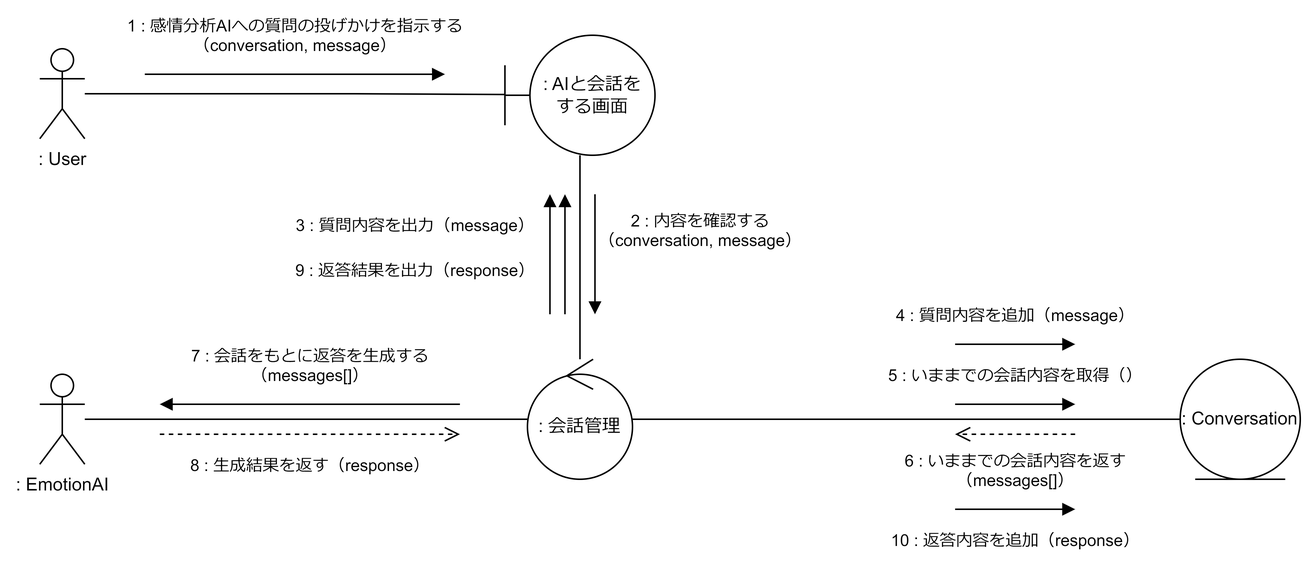
This is spec/figure_communication/export/#010_communication.png from ut42univ/EmoDialog, a draw.io export, as it was before one commit. Source tidied: cells renumbered, new cells last; positions are measured from the earlier drawing's top-left corner, leaving out a move shared by most shapes. The source it was exported from:
```xml
<mxGraphModel background="#ffffff">
  <root>
    <mxCell id="0" />
    <mxCell id="1" parent="0" />
    <mxCell id="2" style="edgeStyle=orthogonalEdgeStyle;html=1;entryX=-0.003;entryY=0.494;entryDx=0;entryDy=0;entryPerimeter=0;rounded=0;endArrow=none;endFill=0;" parent="1" edge="1" source="3" target="5">
      <mxGeometry relative="1" as="geometry">
        <Array as="points">
          <mxPoint x="210" y="39" />
          <mxPoint x="210" y="39" />
        </Array>
      </mxGeometry>
    </mxCell>
    <mxCell id="3" value=": User" style="shape=umlActor;verticalLabelPosition=bottom;verticalAlign=top;html=1;outlineConnect=0;" parent="1" vertex="1">
      <mxGeometry y="9" width="30" height="60" as="geometry" />
    </mxCell>
    <mxCell id="4" style="edgeStyle=orthogonalEdgeStyle;rounded=0;html=1;endArrow=none;endFill=0;" parent="1" edge="1" source="5" target="9">
      <mxGeometry relative="1" as="geometry" />
    </mxCell>
    <mxCell id="5" value=": AIと会話を&lt;br&gt;する画面" style="shape=umlBoundary;whiteSpace=wrap;html=1;" parent="1" vertex="1">
      <mxGeometry x="310" width="100" height="80" as="geometry" />
    </mxCell>
    <mxCell id="6" value="1 : 感情分析AIへの質問の投げかけを指示する&lt;br&gt;（conversation, message）" style="html=1;verticalAlign=bottom;endArrow=block;rounded=0;" parent="1" edge="1">
      <mxGeometry y="10" relative="1" as="geometry">
        <mxPoint x="70" y="26" as="sourcePoint" />
        <mxPoint x="270" y="26" as="targetPoint" />
      </mxGeometry>
    </mxCell>
    <mxCell id="7" style="edgeStyle=none;html=1;entryX=0;entryY=0.5;entryDx=0;entryDy=0;endArrow=none;endFill=0;" parent="1" edge="1" source="9" target="11">
      <mxGeometry relative="1" as="geometry" />
    </mxCell>
    <mxCell id="8" style="edgeStyle=none;html=1;rounded=0;endArrow=none;endFill=0;" parent="1" edge="1" source="9" target="16">
      <mxGeometry relative="1" as="geometry" />
    </mxCell>
    <mxCell id="9" value=": 会話管理" style="ellipse;shape=umlControl;whiteSpace=wrap;html=1;" parent="1" vertex="1">
      <mxGeometry x="325" y="216" width="70" height="80" as="geometry" />
    </mxCell>
    <mxCell id="10" value="2 : 内容を確認する&lt;br&gt;（conversation, message）" style="html=1;verticalAlign=bottom;endArrow=block;rounded=0;" parent="1" edge="1">
      <mxGeometry y="70" relative="1" as="geometry">
        <mxPoint x="370" y="106" as="sourcePoint" />
        <mxPoint x="370" y="186" as="targetPoint" />
      </mxGeometry>
    </mxCell>
    <mxCell id="11" value=": Conversation" style="ellipse;shape=umlEntity;whiteSpace=wrap;html=1;" parent="1" vertex="1">
      <mxGeometry x="760" y="216" width="80" height="80" as="geometry" />
    </mxCell>
    <mxCell id="12" value="9 : 返答結果を出力（response）" style="html=1;verticalAlign=bottom;endArrow=block;rounded=0;" parent="1" edge="1">
      <mxGeometry x="-0.5" y="100" relative="1" as="geometry">
        <mxPoint x="350" y="186" as="sourcePoint" />
        <mxPoint x="350" y="106" as="targetPoint" />
      </mxGeometry>
    </mxCell>
    <mxCell id="13" value="4 : 質問内容を追加（message）" style="html=1;verticalAlign=bottom;endArrow=block;rounded=0;" parent="1" edge="1">
      <mxGeometry y="10" relative="1" as="geometry">
        <mxPoint x="610" y="206" as="sourcePoint" />
        <mxPoint x="690" y="206" as="targetPoint" />
      </mxGeometry>
    </mxCell>
    <mxCell id="14" value="5 : いままでの会話内容を取得（）" style="html=1;verticalAlign=bottom;endArrow=block;rounded=0;" parent="1" edge="1">
      <mxGeometry y="10" relative="1" as="geometry">
        <mxPoint x="610" y="246" as="sourcePoint" />
        <mxPoint x="690" y="246" as="targetPoint" />
      </mxGeometry>
    </mxCell>
    <mxCell id="15" value="6 : いままでの会話内容を返す&lt;br&gt;（messages[]）" style="html=1;verticalAlign=bottom;endArrow=open;dashed=1;endSize=8;rounded=0;" parent="1" edge="1">
      <mxGeometry y="40" relative="1" as="geometry">
        <mxPoint x="690" y="266" as="sourcePoint" />
        <mxPoint x="610" y="266" as="targetPoint" />
      </mxGeometry>
    </mxCell>
    <mxCell id="16" value=": EmotionAI" style="shape=umlActor;verticalLabelPosition=bottom;verticalAlign=top;html=1;" parent="1" vertex="1">
      <mxGeometry y="226" width="30" height="60" as="geometry" />
    </mxCell>
    <mxCell id="17" value="7 : 会話をもとに返答を生成する&lt;br&gt;（messages[]）" style="html=1;verticalAlign=bottom;endArrow=block;rounded=0;" parent="1" edge="1">
      <mxGeometry y="-10" relative="1" as="geometry">
        <mxPoint x="280" y="246" as="sourcePoint" />
        <mxPoint x="80" y="246" as="targetPoint" />
      </mxGeometry>
    </mxCell>
    <mxCell id="18" value="8 : 生成結果を返す（response）" style="html=1;verticalAlign=bottom;endArrow=open;dashed=1;endSize=8;rounded=0;" parent="1" edge="1">
      <mxGeometry y="-30" relative="1" as="geometry">
        <mxPoint x="80" y="266" as="sourcePoint" />
        <mxPoint x="280" y="266" as="targetPoint" />
      </mxGeometry>
    </mxCell>
    <mxCell id="19" value="3 : 質問内容を出力（message）" style="html=1;verticalAlign=bottom;endArrow=block;rounded=0;" parent="1" edge="1">
      <mxGeometry x="0.25" y="90" relative="1" as="geometry">
        <mxPoint x="340" y="186" as="sourcePoint" />
        <mxPoint x="340" y="106" as="targetPoint" />
      </mxGeometry>
    </mxCell>
    <mxCell id="20" value="10 : 返答内容を追加（response）" style="html=1;verticalAlign=bottom;endArrow=block;rounded=0;" parent="1" edge="1">
      <mxGeometry y="-30" relative="1" as="geometry">
        <mxPoint x="610" y="316" as="sourcePoint" />
        <mxPoint x="690" y="316" as="targetPoint" />
      </mxGeometry>
    </mxCell>
  </root>
</mxGraphModel>
```
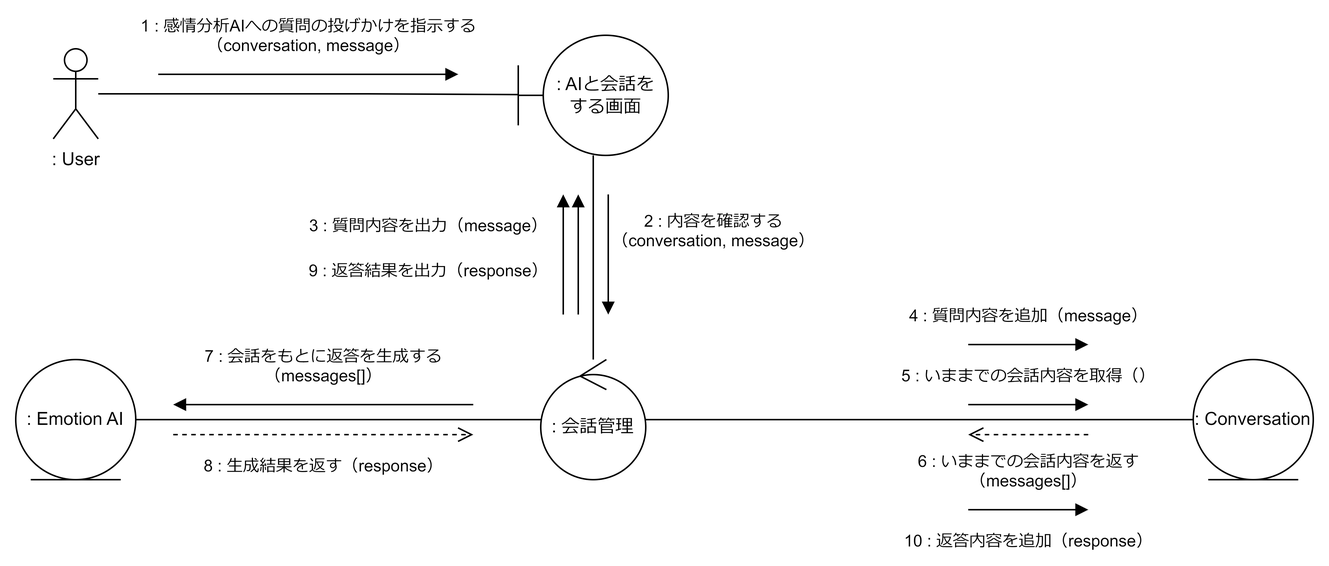
After the change.

The edit, as a diff of the source:
```diff
@@ -28,8 +28,10 @@
     <mxCell id="7" style="edgeStyle=none;html=1;entryX=0;entryY=0.5;entryDx=0;entryDy=0;endArrow=none;endFill=0;" parent="1" edge="1" source="9" target="11">
       <mxGeometry relative="1" as="geometry" />
     </mxCell>
-    <mxCell id="8" style="edgeStyle=none;html=1;rounded=0;endArrow=none;endFill=0;" parent="1" edge="1" source="9" target="16">
-      <mxGeometry relative="1" as="geometry" />
+    <mxCell id="8" style="edgeStyle=none;html=1;rounded=0;endArrow=none;endFill=0;startArrow=none;" parent="1" edge="1" source="22">
+      <mxGeometry relative="1" as="geometry">
+        <mxPoint x="30" y="256" as="targetPoint" />
+      </mxGeometry>
     </mxCell>
     <mxCell id="9" value=": 会話管理" style="ellipse;shape=umlControl;whiteSpace=wrap;html=1;" parent="1" vertex="1">
       <mxGeometry x="325" y="216" width="70" height="80" as="geometry" />
@@ -67,9 +69,6 @@
         <mxPoint x="610" y="266" as="targetPoint" />
       </mxGeometry>
     </mxCell>
-    <mxCell id="16" value=": EmotionAI" style="shape=umlActor;verticalLabelPosition=bottom;verticalAlign=top;html=1;" parent="1" vertex="1">
-      <mxGeometry y="226" width="30" height="60" as="geometry" />
-    </mxCell>
     <mxCell id="17" value="7 : 会話をもとに返答を生成する&lt;br&gt;（messages[]）" style="html=1;verticalAlign=bottom;endArrow=block;rounded=0;" parent="1" edge="1">
       <mxGeometry y="-10" relative="1" as="geometry">
         <mxPoint x="280" y="246" as="sourcePoint" />
@@ -94,5 +93,11 @@
         <mxPoint x="690" y="316" as="targetPoint" />
       </mxGeometry>
     </mxCell>
+    <mxCell id="21" style="edgeStyle=none;html=1;rounded=0;endArrow=none;endFill=0;" parent="1" edge="1" source="9" target="22">
+      <mxGeometry relative="1" as="geometry" />
+    </mxCell>
+    <mxCell id="22" value=": Emotion AI" style="ellipse;shape=umlEntity;whiteSpace=wrap;html=1;" parent="1" vertex="1">
+      <mxGeometry x="-25" y="216" width="80" height="80" as="geometry" />
+    </mxCell>
   </root>
 </mxGraphModel>
```
